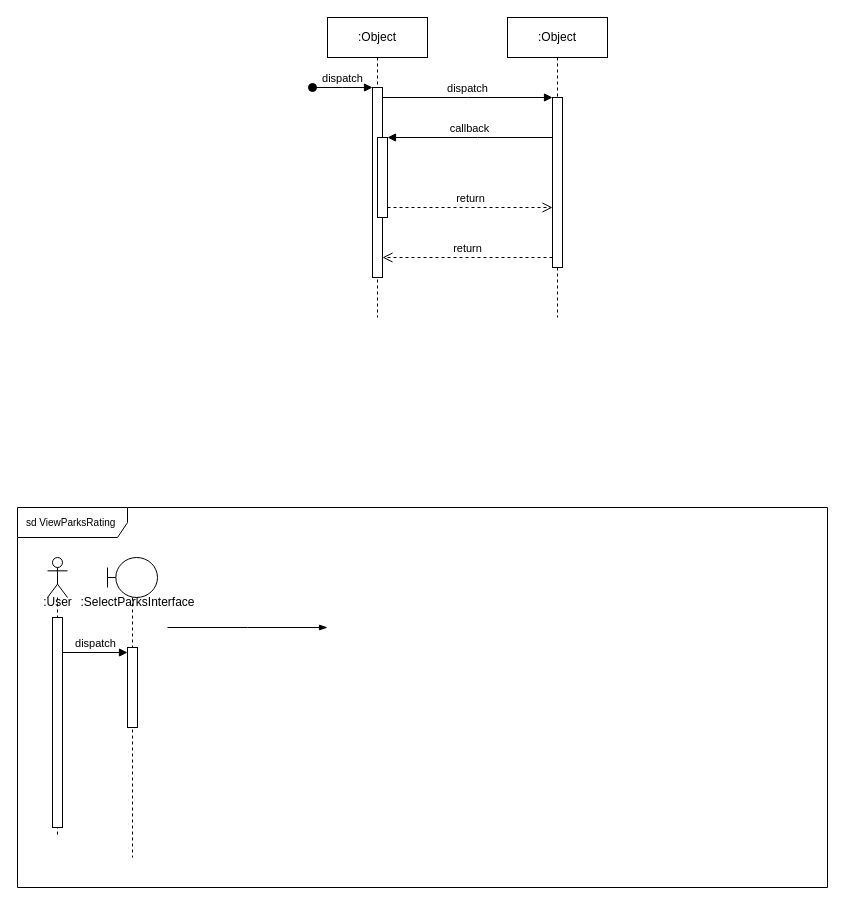
Earlier version of the draw.io diagram sequence.drawio (tetsuri2000/sequence-diagram-temp). Source tidied: cells renumbered, new cells numbered last; positions are measured from the earlier drawing's top-left corner, leaving out a move shared by most shapes. Both pictures are drawn from the tidied source at 100%, with x=0, y=0 at pixel (17, 17).
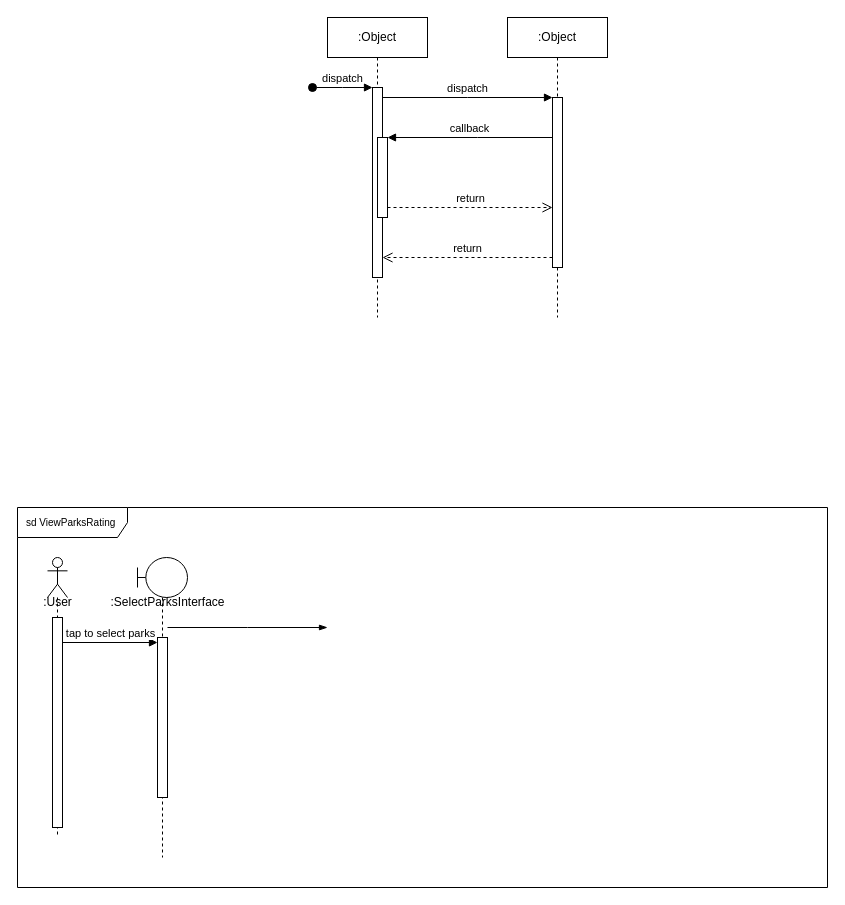
Above is the later version.

The change refers to these unchanged cells:
```xml
<mxCell id="14" style="html=1;points=[[0,0,0,0,5],[0,1,0,0,-5],[1,0,0,0,5],[1,1,0,0,-5]];perimeter=orthogonalPerimeter;outlineConnect=0;targetShapes=umlLifeline;portConstraint=eastwest;newEdgeStyle={&quot;curved&quot;:0,&quot;rounded&quot;:0};" parent="13" vertex="1">
  <mxGeometry x="5" y="60" width="10" height="210" as="geometry" />
</mxCell>
```

Diff of the diagram source:
```diff
@@
     <mxCell id="15" style="shape=umlLifeline;perimeter=lifelinePerimeter;whiteSpace=wrap;html=1;newEdgeStyle={&quot;curved&quot;:0,&quot;rounded&quot;:0};participant=umlBoundary;" parent="1" vertex="1">
-      <mxGeometry x="90" y="540" width="50" height="300" as="geometry" />
+      <mxGeometry x="120" y="540" width="50" height="300" as="geometry" />
     </mxCell>
     <mxCell id="16" style="html=1;points=[[0,0,0,0,5],[0,1,0,0,-5],[1,0,0,0,5],[1,1,0,0,-5]];perimeter=orthogonalPerimeter;outlineConnect=0;targetShapes=umlLifeline;portConstraint=eastwest;newEdgeStyle={&quot;curved&quot;:0,&quot;rounded&quot;:0};" parent="15" vertex="1">
-      <mxGeometry x="20" y="90" width="10" height="80" as="geometry" />
+      <mxGeometry x="20" y="80" width="10" height="160" as="geometry" />
     </mxCell>
@@
-    <mxCell id="19" value="dispatch" style="html=1;verticalAlign=bottom;endArrow=block;curved=0;rounded=0;entryX=0;entryY=0;entryDx=0;entryDy=5;" parent="1" edge="1" source="14" target="16">
+    <mxCell id="19" value="tap to select parks" style="html=1;verticalAlign=bottom;endArrow=block;curved=0;rounded=0;entryX=0;entryY=0;entryDx=0;entryDy=5;" parent="1" edge="1" source="14" target="16">
       <mxGeometry relative="1" as="geometry" />
     </mxCell>
     <mxCell id="20" value=":SelectParksInterface" style="text;html=1;align=center;verticalAlign=middle;strokeColor=none;fillColor=none;" parent="1" vertex="1">
-      <mxGeometry x="50" y="570" width="140" height="30" as="geometry" />
+      <mxGeometry x="80" y="570" width="140" height="30" as="geometry" />
     </mxCell>
```
